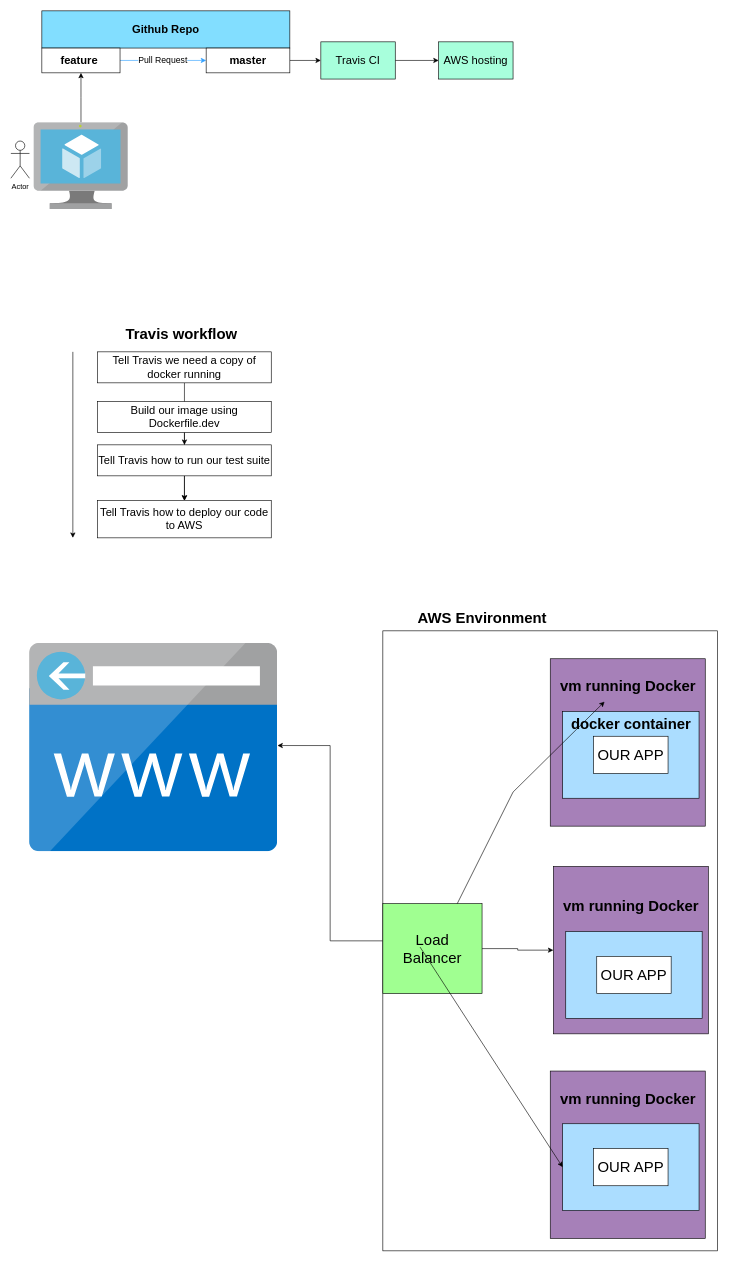
The draw.io diagram page "CI AND DEPLOYMENT" (8 of 9) of Untitled Diagram.drawio in hephaestus88/docker, before the edit. Source tidied: cells renumbered, new cells numbered last; positions are measured from the earlier drawing's top-left corner, leaving out a move shared by most shapes. Both pictures are drawn from the tidied source at 62%, with x=0, y=0 at pixel (11, 11).
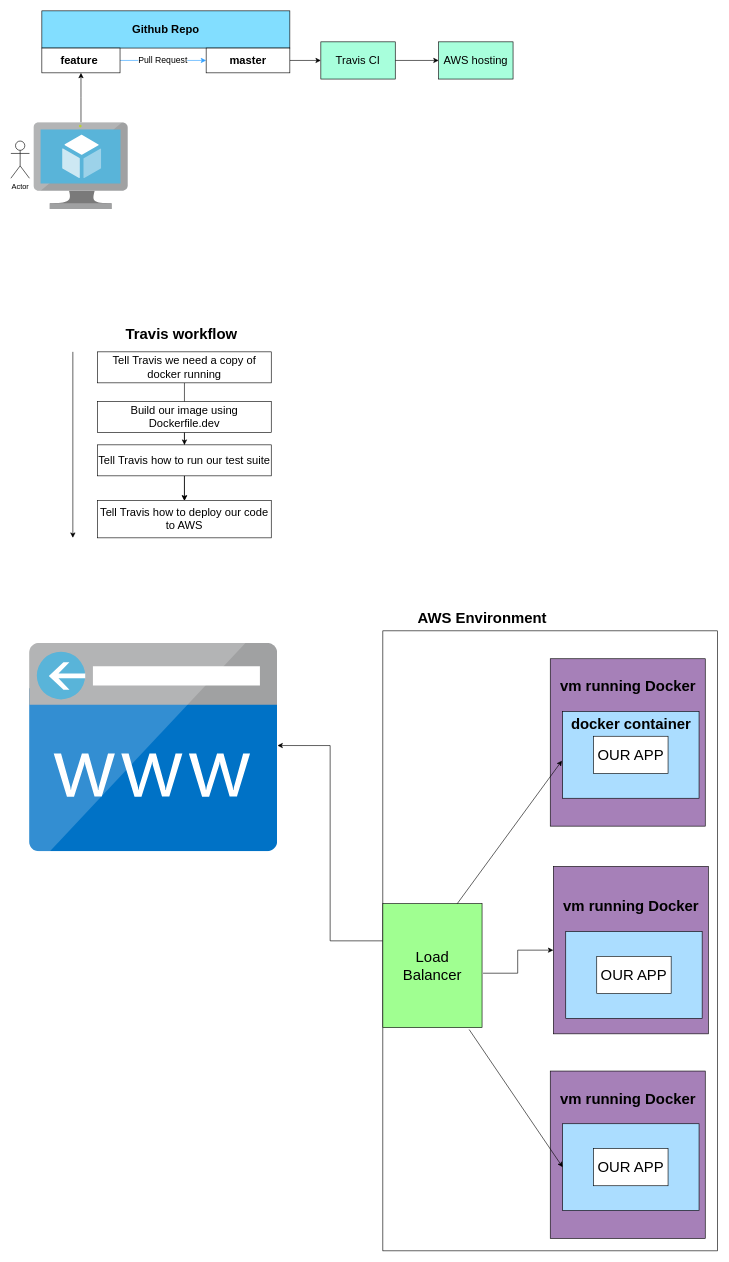
The same diagram, later.

Unchanged cells that the change refers to:
```xml
<mxCell id="29" style="rounded=0;whiteSpace=wrap;html=1;fillColor=#ABDDFF;" parent="1" vertex="1">
  <mxGeometry x="890" y="1130" width="220" height="140" as="geometry" />
</mxCell>
<mxCell id="30" value="vm running Docker" style="text;strokeColor=none;fillColor=none;html=1;fontSize=24;fontStyle=1;verticalAlign=middle;align=center;" parent="1" vertex="1">
  <mxGeometry x="945" y="1070" width="100" height="40" as="geometry" />
</mxCell>
<mxCell id="33" style="rounded=0;whiteSpace=wrap;html=1;fillColor=#A680B8;" parent="1" vertex="1">
  <mxGeometry x="875" y="1380" width="250" height="270" as="geometry" />
</mxCell>
<mxCell id="38" style="rounded=0;whiteSpace=wrap;html=1;fillColor=#ABDDFF;" parent="1" vertex="1">
  <mxGeometry x="890" y="1795" width="220" height="140" as="geometry" />
</mxCell>
```

Change to the diagram source:
```diff
@@
-    <mxCell id="26" style="edgeStyle=orthogonalEdgeStyle;rounded=0;jettySize=auto;html=1;" parent="1" edge="1" source="27" target="33">
+    <mxCell id="26" style="edgeStyle=orthogonalEdgeStyle;rounded=0;jettySize=auto;html=1;exitX=1.01;exitY=0.561;exitDx=0;exitDy=0;exitPerimeter=0;" parent="1" edge="1" source="27" target="33">
       <mxGeometry relative="1" as="geometry" />
     </mxCell>
     <mxCell id="27" value="&lt;font style=&quot;font-size: 24px;&quot;&gt;Load&lt;br&gt;Balancer&lt;/font&gt;" style="rounded=0;whiteSpace=wrap;html=1;fillColor=#A0FF91;" parent="1" vertex="1">
-      <mxGeometry x="600" y="1440" width="160" height="145" as="geometry" />
+      <mxGeometry x="600" y="1440" width="160" height="200" as="geometry" />
     </mxCell>
@@
-    <mxCell id="41" style="endArrow=classic;html=1;rounded=0;entryX=0.126;entryY=1.105;entryDx=0;entryDy=0;entryPerimeter=0;" parent="1" edge="1" target="30">
+    <mxCell id="41" style="endArrow=classic;html=1;rounded=0;entryX=-0.005;entryY=0.567;entryDx=0;entryDy=0;entryPerimeter=0;" parent="1" edge="1" target="29">
       <mxGeometry relative="1" as="geometry">
         <mxPoint x="720" y="1440" as="sourcePoint" />
-        <Array as="points">
-          <mxPoint x="810" y="1260" />
-        </Array>
       </mxGeometry>
     </mxCell>
-    <mxCell id="42" style="endArrow=classic;html=1;rounded=0;entryX=0;entryY=0.5;entryDx=0;entryDy=0;" parent="1" edge="1" target="38">
-      <mxGeometry relative="1" as="geometry">
-        <mxPoint x="660" y="1510" as="sourcePoint" />
-      </mxGeometry>
+    <mxCell id="42" style="endArrow=classic;html=1;rounded=0;entryX=0;entryY=0.5;entryDx=0;entryDy=0;exitX=0.87;exitY=1.015;exitDx=0;exitDy=0;exitPerimeter=0;" parent="1" edge="1" source="27" target="38">
+      <mxGeometry relative="1" as="geometry" />
     </mxCell>
```
